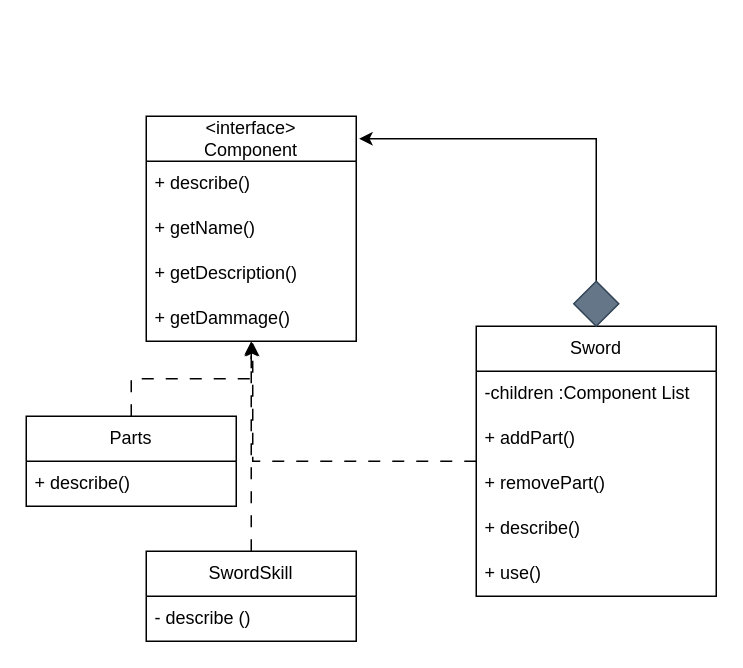
JhonatanLop/Bertoti keeps this draw.io diagram as padroes/composite/pattern/composite.drawio. Above is the earlier version. Source tidied: cells renumbered, new cells numbered last; positions are measured from the earlier drawing's top-left corner, leaving out a move shared by most shapes. Both pictures are drawn from the tidied source at 150%, with x=0, y=0 at pixel (26, 116).
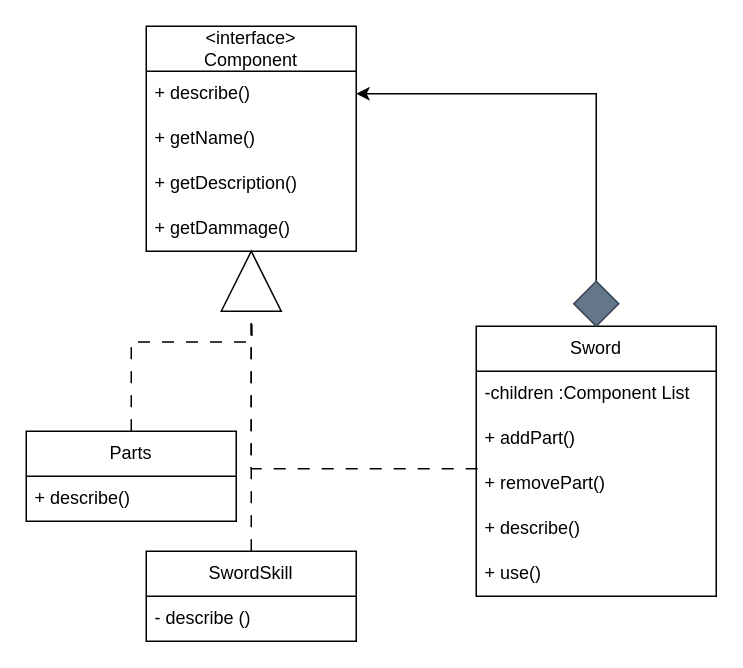
The same diagram, later.

The change refers to these unchanged cells:
```xml
<mxCell id="3" value="+ describe()" style="text;strokeColor=none;fillColor=none;align=left;verticalAlign=middle;spacingLeft=4;spacingRight=4;overflow=hidden;points=[[0,0.5],[1,0.5]];portConstraint=eastwest;whiteSpace=wrap;html=1;" parent="2" vertex="1">
  <mxGeometry y="30" width="140" height="30" as="geometry" />
</mxCell>
<mxCell id="6" value="+ getDammage()" style="text;strokeColor=none;fillColor=none;align=left;verticalAlign=middle;spacingLeft=4;spacingRight=4;overflow=hidden;points=[[0,0.5],[1,0.5]];portConstraint=eastwest;whiteSpace=wrap;html=1;" parent="2" vertex="1">
  <mxGeometry y="120" width="140" height="30" as="geometry" />
</mxCell>
<mxCell id="7" value="Sword" style="swimlane;fontStyle=0;horizontal=1;startSize=30;whiteSpace=wrap;html=1;" parent="1" vertex="1">
  <mxGeometry x="300" y="140" width="160" height="180" as="geometry" />
</mxCell>
<mxCell id="10" value="&lt;div&gt;+ removePart()&lt;/div&gt;" style="text;strokeColor=none;fillColor=none;align=left;verticalAlign=middle;spacingLeft=4;spacingRight=4;overflow=hidden;points=[[0,0.5],[1,0.5]];portConstraint=eastwest;whiteSpace=wrap;html=1;" parent="7" vertex="1">
  <mxGeometry y="90" width="160" height="30" as="geometry" />
</mxCell>
<mxCell id="14" style="rhombus;whiteSpace=wrap;html=1;fillColor=#647687;strokeColor=#314354;fontColor=#ffffff;" parent="1" vertex="1">
  <mxGeometry x="365" y="110" width="30" height="30" as="geometry" />
</mxCell>
<mxCell id="16" value="SwordSkill" style="swimlane;fontStyle=0;horizontal=1;startSize=30;whiteSpace=wrap;html=1;" parent="1" vertex="1">
  <mxGeometry x="80" y="290" width="140" height="60" as="geometry" />
</mxCell>
```

The edit, as a diff of the source:
```diff
@@
     <mxCell id="2" value="&lt;div&gt;&amp;lt;interface&amp;gt;&lt;/div&gt;&lt;div&gt;Component&lt;br&gt;&lt;/div&gt;" style="swimlane;fontStyle=0;horizontal=1;startSize=30;whiteSpace=wrap;html=1;" parent="1" vertex="1">
-      <mxGeometry x="80" width="140" height="150" as="geometry" />
+      <mxGeometry x="80" y="-60" width="140" height="150" as="geometry" />
     </mxCell>
@@
-    <mxCell id="13" style="edgeStyle=orthogonalEdgeStyle;rounded=0;jettySize=auto;html=1;exitX=0.5;exitY=0;exitDx=0;exitDy=0;entryX=1.014;entryY=0.1;entryDx=0;entryDy=0;entryPerimeter=0;" parent="1" edge="1" source="14" target="2">
-      <mxGeometry relative="1" as="geometry" />
-    </mxCell>
+    <mxCell id="22" style="edgeStyle=orthogonalEdgeStyle;rounded=0;jettySize=auto;html=1;entryX=1;entryY=0.5;entryDx=0;entryDy=0;" parent="1" edge="1" source="14" target="3">
+      <mxGeometry relative="1" as="geometry" />
+    </mxCell>
@@
-    <mxCell id="15" style="edgeStyle=orthogonalEdgeStyle;rounded=0;jettySize=auto;html=1;exitX=0.5;exitY=0;exitDx=0;exitDy=0;dashed=1;dashPattern=8 8;" parent="1" edge="1" source="16">
-      <mxGeometry relative="1" as="geometry">
-        <mxPoint x="150" y="150" as="targetPoint" />
-      </mxGeometry>
+    <mxCell id="15" style="edgeStyle=orthogonalEdgeStyle;rounded=0;jettySize=auto;html=1;exitX=0.5;exitY=0;exitDx=0;exitDy=0;dashed=1;dashPattern=8 8;entryX=0.5;entryY=1;entryDx=0;entryDy=0;" parent="1" edge="1" source="16" target="2">
+      <mxGeometry relative="1" as="geometry" />
     </mxCell>
@@
+    <mxCell id="23" style="edgeStyle=orthogonalEdgeStyle;rounded=0;jettySize=auto;html=1;exitX=0.5;exitY=0;exitDx=0;exitDy=0;dashed=1;dashPattern=8 8;" parent="1" edge="1" source="18">
+      <mxGeometry relative="1" as="geometry">
+        <mxPoint x="150" y="90" as="targetPoint" />
+      </mxGeometry>
+    </mxCell>
     <mxCell id="18" value="Parts" style="swimlane;fontStyle=0;horizontal=1;startSize=30;whiteSpace=wrap;html=1;" parent="1" vertex="1">
-      <mxGeometry y="200" width="140" height="60" as="geometry" />
+      <mxGeometry y="210" width="140" height="60" as="geometry" />
     </mxCell>
@@
-    <mxCell id="20" style="edgeStyle=orthogonalEdgeStyle;rounded=0;jettySize=auto;html=1;exitX=0.5;exitY=0;exitDx=0;exitDy=0;entryX=0.5;entryY=1.033;entryDx=0;entryDy=0;entryPerimeter=0;dashed=1;dashPattern=8 8;" parent="1" edge="1" source="18" target="6">
-      <mxGeometry relative="1" as="geometry" />
-    </mxCell>
-    <mxCell id="21" style="edgeStyle=orthogonalEdgeStyle;rounded=0;jettySize=auto;html=1;entryX=0.507;entryY=1.033;entryDx=0;entryDy=0;entryPerimeter=0;dashed=1;dashPattern=8 8;" parent="1" edge="1" source="7" target="6">
-      <mxGeometry relative="1" as="geometry" />
-    </mxCell>
+    <mxCell id="24" style="edgeStyle=orthogonalEdgeStyle;rounded=0;jettySize=auto;html=1;exitX=0.006;exitY=0.167;exitDx=0;exitDy=0;dashed=1;dashPattern=8 8;exitPerimeter=0;entryX=0.825;entryY=0.5;entryDx=0;entryDy=0;entryPerimeter=0;" parent="1" edge="1" source="10" target="25">
+      <mxGeometry relative="1" as="geometry" />
+    </mxCell>
+    <mxCell id="25" style="triangle;whiteSpace=wrap;html=1;rotation=-90;" parent="1" vertex="1">
+      <mxGeometry x="130" y="90" width="40" height="40" as="geometry" />
+    </mxCell>
```
